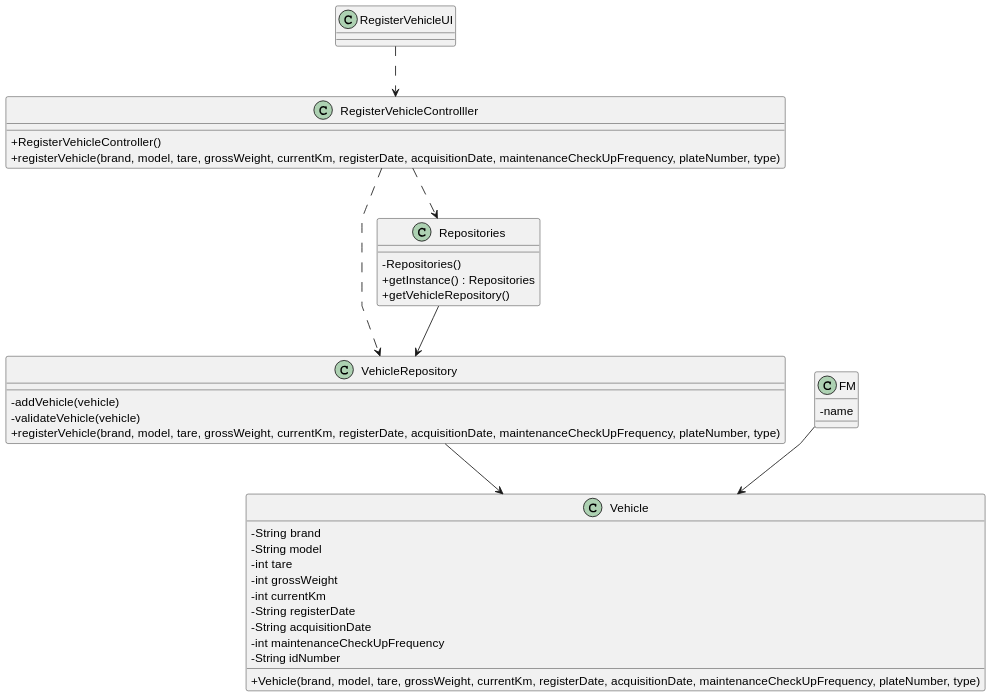
Earlier version of the PlantUML export docs/sprintA&B/us006/03.design/svg/us006-class-diagram.svg (daniel41silva05/ISEP_2023_2024_LAPR2).
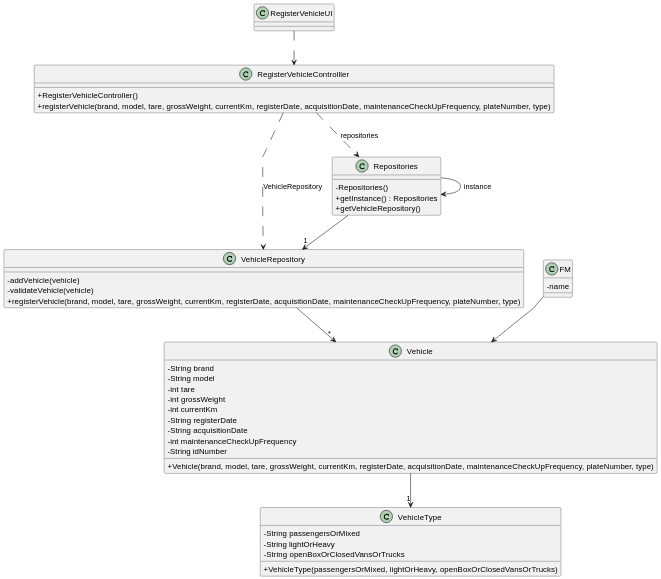
Later version of the same file.

Commit message:
ED-20 US06 - VehicleType class implementation and Class diagram update

What changed in the source:
```diff
@@ -35,6 +35,13 @@
 
 }
 
+class VehicleType {
+    -String passengersOrMixed
+    -String lightOrHeavy
+    -String openBoxOrClosedVansOrTrucks
+    +VehicleType(passengersOrMixed, lightOrHeavy, openBoxOrClosedVansOrTrucks)
+}
+
 class FM {
     - name
 }
@@ -46,9 +53,11 @@
 }
 
 RegisterVehicleUI ..> RegisterVehicleControlller
-RegisterVehicleControlller ..> Repositories
-RegisterVehicleControlller ..> VehicleRepository
-VehicleRepository --> Vehicle
+RegisterVehicleControlller ..> Repositories: repositories
+RegisterVehicleControlller ..> VehicleRepository: VehicleRepository
+Repositories --> Repositories: instance
+Repositories --> "1" VehicleRepository
+VehicleRepository --> "*" Vehicle
+Vehicle --> "1" VehicleType
 FM --> Vehicle
-Repositories --> VehicleRepository
 @enduml
```
